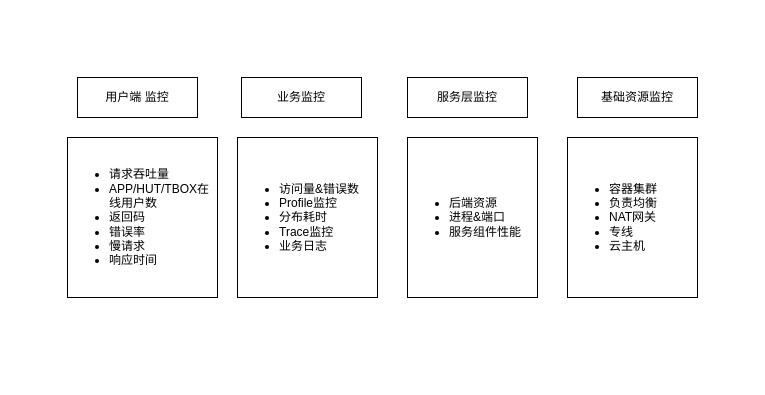
This is 监控体系.drawio from tengxiao/zabbix-report, a draw.io file, before an edit. Source tidied: cells renumbered, new cells numbered last; positions are measured from the earlier drawing's top-left corner, leaving out a move shared by most shapes. Both pictures are drawn from the tidied source at 100%, with x=0, y=0 at pixel (67, 77).
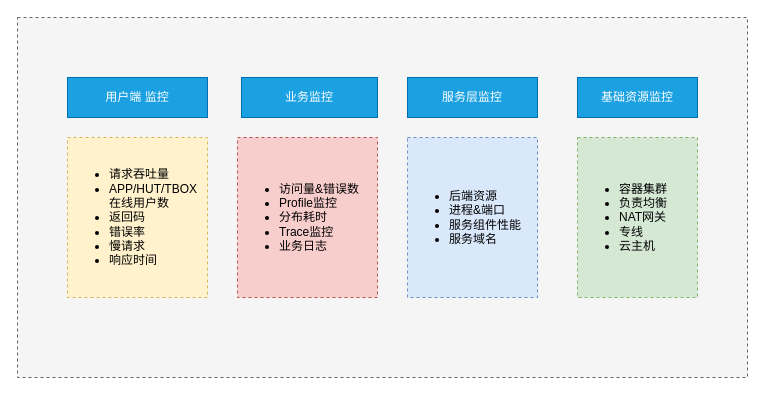
The same page after the edit.

Commit message (it also covers changes not shown here):
更新监控体系.drawio

What changed in the source:
```diff
@@
 <mxGraphModel>
   <root>
     <mxCell id="0" />
     <mxCell id="1" parent="0" />
+    <mxCell id="10" style="rounded=0;whiteSpace=wrap;html=1;dashed=1;fillColor=#f5f5f5;strokeColor=#666666;fontColor=#333333;" parent="1" vertex="1">
+      <mxGeometry x="-50" y="-60" width="730" height="360" as="geometry" />
+    </mxCell>
-    <mxCell id="2" value="用户端 监控" style="rounded=0;whiteSpace=wrap;html=1;" parent="1" vertex="1">
-      <mxGeometry x="10" width="120" height="40" as="geometry" />
+    <mxCell id="2" value="用户端 监控" style="rounded=0;whiteSpace=wrap;html=1;fillColor=#1ba1e2;strokeColor=#006EAF;fontColor=#ffffff;" parent="1" vertex="1">
+      <mxGeometry width="140" height="40" as="geometry" />
     </mxCell>
-    <mxCell id="3" value="业务监控" style="rounded=0;whiteSpace=wrap;html=1;" parent="1" vertex="1">
-      <mxGeometry x="174" width="120" height="40" as="geometry" />
+    <mxCell id="3" value="业务监控" style="rounded=0;whiteSpace=wrap;html=1;fillColor=#1ba1e2;strokeColor=#006EAF;fontColor=#ffffff;" parent="1" vertex="1">
+      <mxGeometry x="174" width="136" height="40" as="geometry" />
     </mxCell>
-    <mxCell id="4" value="服务层监控" style="rounded=0;whiteSpace=wrap;html=1;" parent="1" vertex="1">
-      <mxGeometry x="340" width="120" height="40" as="geometry" />
+    <mxCell id="4" value="服务层监控" style="rounded=0;whiteSpace=wrap;html=1;fillColor=#1ba1e2;strokeColor=#006EAF;fontColor=#ffffff;" parent="1" vertex="1">
+      <mxGeometry x="340" width="130" height="40" as="geometry" />
     </mxCell>
-    <mxCell id="5" value="基础资源监控" style="rounded=0;whiteSpace=wrap;html=1;" parent="1" vertex="1">
+    <mxCell id="5" value="基础资源监控" style="rounded=0;whiteSpace=wrap;html=1;fillColor=#1ba1e2;strokeColor=#006EAF;fontColor=#ffffff;" parent="1" vertex="1">
       <mxGeometry x="510" width="120" height="40" as="geometry" />
     </mxCell>
-    <mxCell id="6" value="&lt;ul&gt;&lt;li&gt;请求吞吐量&lt;/li&gt;&lt;li&gt;APP/HUT/TBOX在线用户数&lt;/li&gt;&lt;li&gt;返回码&lt;/li&gt;&lt;li&gt;错误率&lt;/li&gt;&lt;li&gt;慢请求&lt;/li&gt;&lt;li&gt;响应时间&lt;/li&gt;&lt;/ul&gt;" style="rounded=0;whiteSpace=wrap;html=1;align=left;" parent="1" vertex="1">
-      <mxGeometry y="60" width="150" height="160" as="geometry" />
+    <mxCell id="6" value="&lt;ul&gt;&lt;li&gt;请求吞吐量&lt;/li&gt;&lt;li&gt;APP/HUT/TBOX在线用户数&lt;/li&gt;&lt;li&gt;返回码&lt;/li&gt;&lt;li&gt;错误率&lt;/li&gt;&lt;li&gt;慢请求&lt;/li&gt;&lt;li&gt;响应时间&lt;/li&gt;&lt;/ul&gt;" style="rounded=0;whiteSpace=wrap;html=1;align=left;dashed=1;fillColor=#fff2cc;strokeColor=#d6b656;" parent="1" vertex="1">
+      <mxGeometry y="60" width="140" height="160" as="geometry" />
     </mxCell>
-    <mxCell id="7" value="&lt;ul&gt;&lt;li&gt;访问量&amp;amp;错误数&lt;/li&gt;&lt;li&gt;Profile监控&lt;/li&gt;&lt;li&gt;分布耗时&lt;/li&gt;&lt;li&gt;Trace监控&lt;/li&gt;&lt;li&gt;业务日志&lt;/li&gt;&lt;/ul&gt;" style="rounded=0;whiteSpace=wrap;html=1;align=left;" parent="1" vertex="1">
+    <mxCell id="7" value="&lt;ul&gt;&lt;li&gt;访问量&amp;amp;错误数&lt;/li&gt;&lt;li&gt;Profile监控&lt;/li&gt;&lt;li&gt;分布耗时&lt;/li&gt;&lt;li&gt;Trace监控&lt;/li&gt;&lt;li&gt;业务日志&lt;/li&gt;&lt;/ul&gt;" style="rounded=0;whiteSpace=wrap;html=1;align=left;dashed=1;fillColor=#f8cecc;strokeColor=#b85450;" parent="1" vertex="1">
       <mxGeometry x="170" y="60" width="140" height="160" as="geometry" />
     </mxCell>
-    <mxCell id="8" value="&lt;ul&gt;&lt;li&gt;后端资源&lt;/li&gt;&lt;li&gt;进程&amp;amp;端口&lt;/li&gt;&lt;li&gt;服务组件性能&lt;/li&gt;&lt;/ul&gt;" style="rounded=0;whiteSpace=wrap;html=1;align=left;" parent="1" vertex="1">
+    <mxCell id="8" value="&lt;ul&gt;&lt;li&gt;后端资源&lt;/li&gt;&lt;li&gt;进程&amp;amp;端口&lt;/li&gt;&lt;li&gt;服务组件性能&lt;/li&gt;&lt;li&gt;服务域名&lt;/li&gt;&lt;/ul&gt;" style="rounded=0;whiteSpace=wrap;html=1;align=left;dashed=1;fillColor=#dae8fc;strokeColor=#6c8ebf;" parent="1" vertex="1">
       <mxGeometry x="340" y="60" width="130" height="160" as="geometry" />
     </mxCell>
-    <mxCell id="9" value="&lt;ul&gt;&lt;li&gt;容器集群&lt;/li&gt;&lt;li&gt;负责均衡&lt;/li&gt;&lt;li&gt;NAT网关&lt;/li&gt;&lt;li&gt;专线&lt;/li&gt;&lt;li&gt;云主机&lt;/li&gt;&lt;/ul&gt;" style="rounded=0;whiteSpace=wrap;html=1;align=left;" parent="1" vertex="1">
-      <mxGeometry x="500" y="60" width="130" height="160" as="geometry" />
+    <mxCell id="9" value="&lt;ul&gt;&lt;li&gt;容器集群&lt;/li&gt;&lt;li&gt;负责均衡&lt;/li&gt;&lt;li&gt;NAT网关&lt;/li&gt;&lt;li&gt;专线&lt;/li&gt;&lt;li&gt;云主机&lt;/li&gt;&lt;/ul&gt;" style="rounded=0;whiteSpace=wrap;html=1;align=left;dashed=1;fillColor=#d5e8d4;strokeColor=#82b366;" parent="1" vertex="1">
+      <mxGeometry x="510" y="60" width="120" height="160" as="geometry" />
     </mxCell>
   </root>
 </mxGraphModel>
```
